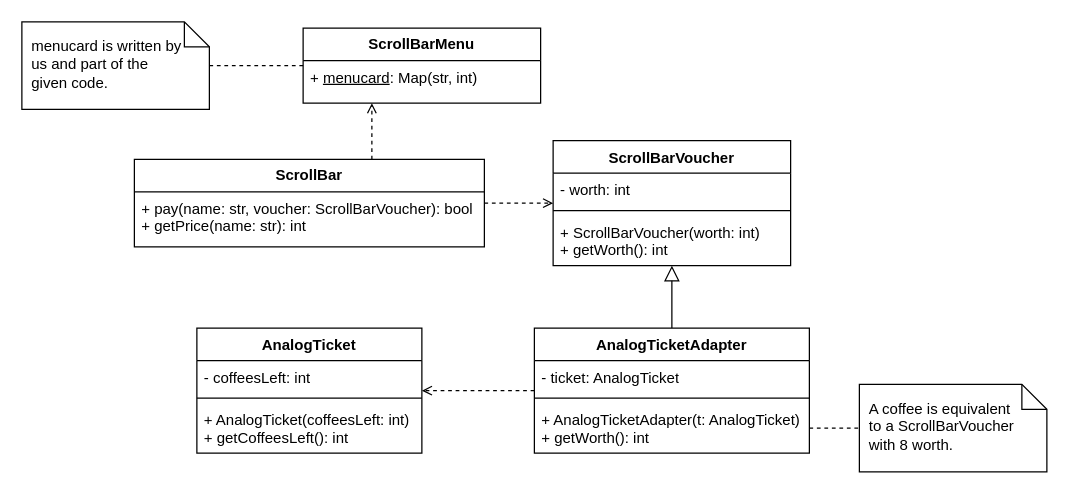
This is page "class" (1 of 4) of java-src/Experiment2/img/UML-diagrams.drawio from TheisHS/Thesis, a draw.io file, before an edit. Source tidied: cells renumbered, new cells numbered last; positions are measured from the earlier drawing's top-left corner, leaving out a move shared by most shapes. Both pictures are drawn from the tidied source at 125%, with x=0, y=0 at pixel (21, 21).
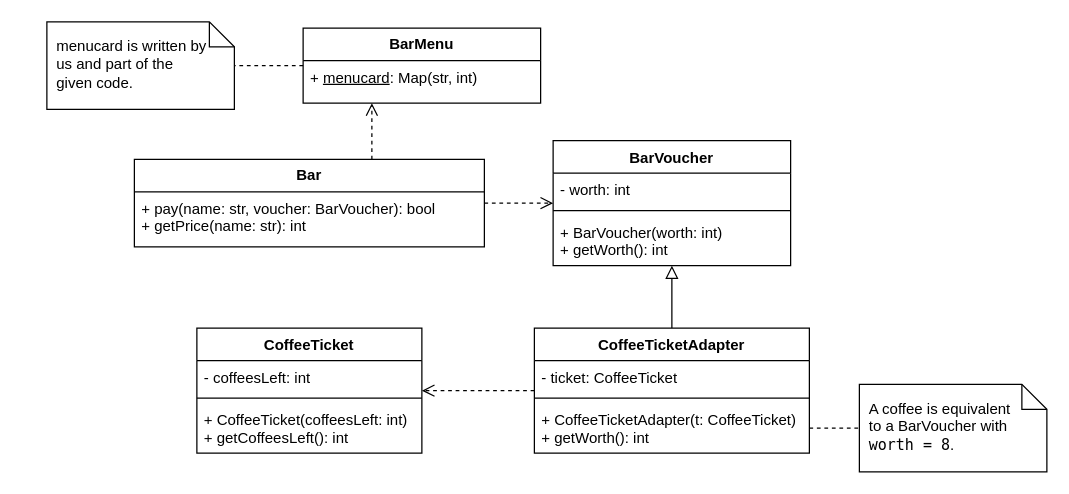
Above is the later version.

What changed in the source:
```diff
@@
-    <mxCell id="2" style="edgeStyle=orthogonalEdgeStyle;rounded=0;jettySize=auto;html=1;dashed=1;endArrow=open;endFill=0;" parent="1" edge="1" source="8" target="4">
+    <mxCell id="2" style="edgeStyle=orthogonalEdgeStyle;rounded=0;jettySize=auto;html=1;dashed=1;endArrow=open;endFill=0;endSize=8;startSize=8;" parent="1" edge="1" source="8" target="4">
       <mxGeometry relative="1" as="geometry" />
     </mxCell>
-    <mxCell id="3" style="endArrow=block;endSize=10;endFill=0;shadow=0;strokeWidth=1;rounded=0;curved=0;edgeStyle=elbowEdgeStyle;elbow=vertical;" parent="1" edge="1" source="8" target="12">
+    <mxCell id="3" style="endArrow=block;endSize=8;endFill=0;shadow=0;strokeWidth=1;rounded=0;curved=0;edgeStyle=elbowEdgeStyle;elbow=vertical;" parent="1" edge="1" source="8" target="12">
       <mxGeometry relative="1" as="geometry" />
     </mxCell>
-    <mxCell id="4" value="AnalogTicket" style="swimlane;fontStyle=1;align=center;verticalAlign=top;horizontal=1;startSize=26;whiteSpace=wrap;html=1;" parent="1" vertex="1">
+    <mxCell id="4" value="CoffeeTicket" style="swimlane;fontStyle=1;align=center;verticalAlign=top;horizontal=1;startSize=26;whiteSpace=wrap;html=1;" parent="1" vertex="1">
       <mxGeometry x="140" y="245" width="180" height="100" as="geometry" />
     </mxCell>
@@
-    <mxCell id="7" value="+ AnalogTicket(coffeesLeft: int)&lt;div&gt;+ getCoffeesLeft(): int&lt;/div&gt;" style="text;strokeColor=none;fillColor=none;align=left;verticalAlign=top;spacingLeft=4;spacingRight=4;overflow=hidden;whiteSpace=wrap;html=1;" parent="4" vertex="1">
+    <mxCell id="7" value="+ CoffeeTicket(coffeesLeft: int)&lt;div&gt;+ getCoffeesLeft(): int&lt;/div&gt;" style="text;strokeColor=none;fillColor=none;align=left;verticalAlign=top;spacingLeft=4;spacingRight=4;overflow=hidden;whiteSpace=wrap;html=1;" parent="4" vertex="1">
       <mxGeometry y="60" width="180" height="40" as="geometry" />
     </mxCell>
-    <mxCell id="8" value="AnalogTicketAdapter" style="swimlane;fontStyle=1;align=center;verticalAlign=top;horizontal=1;startSize=26;whiteSpace=wrap;html=1;" parent="1" vertex="1">
+    <mxCell id="8" value="CoffeeTicketAdapter" style="swimlane;fontStyle=1;align=center;verticalAlign=top;horizontal=1;startSize=26;whiteSpace=wrap;html=1;" parent="1" vertex="1">
       <mxGeometry x="410" y="245" width="220" height="100" as="geometry" />
     </mxCell>
-    <mxCell id="9" value="- ticket: AnalogTicket" style="text;strokeColor=none;fillColor=none;align=left;verticalAlign=top;spacingLeft=4;spacingRight=4;overflow=hidden;whiteSpace=wrap;html=1;" parent="8" vertex="1">
+    <mxCell id="9" value="- ticket: CoffeeTicket" style="text;strokeColor=none;fillColor=none;align=left;verticalAlign=top;spacingLeft=4;spacingRight=4;overflow=hidden;whiteSpace=wrap;html=1;" parent="8" vertex="1">
       <mxGeometry y="26" width="220" height="26" as="geometry" />
     </mxCell>
@@
-    <mxCell id="11" value="&lt;div&gt;+ AnalogTicketAdapter(t: AnalogTicket)&lt;br&gt;&lt;/div&gt;+ getWorth(): int" style="text;strokeColor=none;fillColor=none;align=left;verticalAlign=top;spacingLeft=4;spacingRight=4;overflow=hidden;points=[[0,0.5],[1,0.5]];portConstraint=eastwest;whiteSpace=wrap;html=1;" parent="8" vertex="1">
+    <mxCell id="11" value="&lt;div&gt;+ CoffeeTicketAdapter(t: CoffeeTicket)&lt;br&gt;&lt;/div&gt;+ getWorth(): int" style="text;strokeColor=none;fillColor=none;align=left;verticalAlign=top;spacingLeft=4;spacingRight=4;overflow=hidden;points=[[0,0.5],[1,0.5]];portConstraint=eastwest;whiteSpace=wrap;html=1;" parent="8" vertex="1">
       <mxGeometry y="60" width="220" height="40" as="geometry" />
     </mxCell>
-    <mxCell id="12" value="ScrollBarVoucher" style="swimlane;fontStyle=1;align=center;verticalAlign=top;horizontal=1;startSize=26;whiteSpace=wrap;html=1;" parent="1" vertex="1">
+    <mxCell id="12" value="BarVoucher" style="swimlane;fontStyle=1;align=center;verticalAlign=top;horizontal=1;startSize=26;whiteSpace=wrap;html=1;" parent="1" vertex="1">
       <mxGeometry x="425" y="95" width="190" height="100" as="geometry" />
     </mxCell>
@@
-    <mxCell id="15" value="+ ScrollBarVoucher(worth: int)&lt;div&gt;+ getWorth(): int&lt;/div&gt;" style="text;strokeColor=none;fillColor=none;align=left;verticalAlign=top;spacingLeft=4;spacingRight=4;overflow=hidden;whiteSpace=wrap;html=1;" parent="12" vertex="1">
+    <mxCell id="15" value="+ BarVoucher(worth: int)&lt;div&gt;+ getWorth(): int&lt;/div&gt;" style="text;strokeColor=none;fillColor=none;align=left;verticalAlign=top;spacingLeft=4;spacingRight=4;overflow=hidden;whiteSpace=wrap;html=1;" parent="12" vertex="1">
       <mxGeometry y="60" width="190" height="40" as="geometry" />
     </mxCell>
-    <mxCell id="16" style="edgeStyle=orthogonalEdgeStyle;rounded=0;jettySize=auto;html=1;dashed=1;endArrow=open;endFill=0;" parent="1" edge="1" source="21" target="12">
+    <mxCell id="16" style="edgeStyle=orthogonalEdgeStyle;rounded=0;jettySize=auto;html=1;dashed=1;endArrow=open;endFill=0;endSize=8;startSize=8;" parent="1" edge="1" source="21" target="12">
       <mxGeometry relative="1" as="geometry" />
     </mxCell>
     <mxCell id="17" value="menucard is written by us and part of the given code." style="shape=note;size=20;whiteSpace=wrap;html=1;hachureGap=4;fontFamily=Helvetica;align=left;spacingLeft=6;spacingBottom=6;spacingTop=3;spacingRight=21;" parent="1" vertex="1">
-      <mxGeometry width="150" height="70" as="geometry" />
+      <mxGeometry x="20" width="150" height="70" as="geometry" />
     </mxCell>
@@
-    <mxCell id="19" value="A coffee is equivalent to a ScrollBarVoucher with 8 worth." style="shape=note;size=20;whiteSpace=wrap;html=1;hachureGap=4;fontFamily=Helvetica;align=left;spacingLeft=6;spacingBottom=6;spacingTop=3;spacingRight=21;" parent="1" vertex="1">
+    <mxCell id="19" value="A coffee is equivalent to a BarVoucher with&lt;br&gt;&lt;span style=&quot;background-color: transparent; color: light-dark(rgb(0, 0, 0), rgb(255, 255, 255));&quot;&gt;&lt;font face=&quot;Lucida Console&quot;&gt;worth = 8&lt;/font&gt;.&lt;/span&gt;" style="shape=note;size=20;whiteSpace=wrap;html=1;hachureGap=4;fontFamily=Helvetica;align=left;spacingLeft=6;spacingBottom=6;spacingTop=3;spacingRight=21;" parent="1" vertex="1">
       <mxGeometry x="670" y="290" width="150" height="70" as="geometry" />
     </mxCell>
@@
-    <mxCell id="21" value="&lt;b&gt;ScrollBar&lt;/b&gt;" style="swimlane;fontStyle=0;horizontal=1;startSize=26;fillColor=none;whiteSpace=wrap;html=1;" parent="1" vertex="1">
+    <mxCell id="21" value="&lt;b&gt;Bar&lt;/b&gt;" style="swimlane;fontStyle=0;horizontal=1;startSize=26;fillColor=none;whiteSpace=wrap;html=1;" parent="1" vertex="1">
       <mxGeometry x="90" y="110" width="280" height="70" as="geometry" />
     </mxCell>
-    <mxCell id="22" value="+ pay(name: str, voucher: ScrollBarVoucher): bool&lt;div&gt;+ getPrice(name: str): int&lt;/div&gt;" style="text;strokeColor=none;fillColor=none;align=left;verticalAlign=top;spacingLeft=4;spacingRight=4;overflow=hidden;whiteSpace=wrap;html=1;" parent="21" vertex="1">
+    <mxCell id="22" value="+ pay(name: str, voucher: BarVoucher): bool&lt;div&gt;+ getPrice(name: str): int&lt;/div&gt;" style="text;strokeColor=none;fillColor=none;align=left;verticalAlign=top;spacingLeft=4;spacingRight=4;overflow=hidden;whiteSpace=wrap;html=1;" parent="21" vertex="1">
       <mxGeometry y="26" width="280" height="44" as="geometry" />
     </mxCell>
-    <mxCell id="23" value="&lt;b&gt;ScrollBarMenu&lt;/b&gt;" style="swimlane;fontStyle=0;horizontal=1;startSize=26;whiteSpace=wrap;html=1;" parent="1" vertex="1">
+    <mxCell id="23" value="&lt;b&gt;BarMenu&lt;/b&gt;" style="swimlane;fontStyle=0;horizontal=1;startSize=26;whiteSpace=wrap;html=1;" parent="1" vertex="1">
       <mxGeometry x="225" y="5" width="190" height="60" as="geometry" />
     </mxCell>
@@
-    <mxCell id="25" style="edgeStyle=orthogonalEdgeStyle;rounded=0;jettySize=auto;html=1;dashed=1;endArrow=open;endFill=0;" parent="1" edge="1" source="21" target="23">
+    <mxCell id="25" style="edgeStyle=orthogonalEdgeStyle;rounded=0;jettySize=auto;html=1;dashed=1;endArrow=open;endFill=0;endSize=8;startSize=8;" parent="1" edge="1" source="21" target="23">
       <mxGeometry relative="1" as="geometry">
         <Array as="points">
           <mxPoint x="280" y="85" />
           <mxPoint x="280" y="85" />
         </Array>
       </mxGeometry>
     </mxCell>
```
